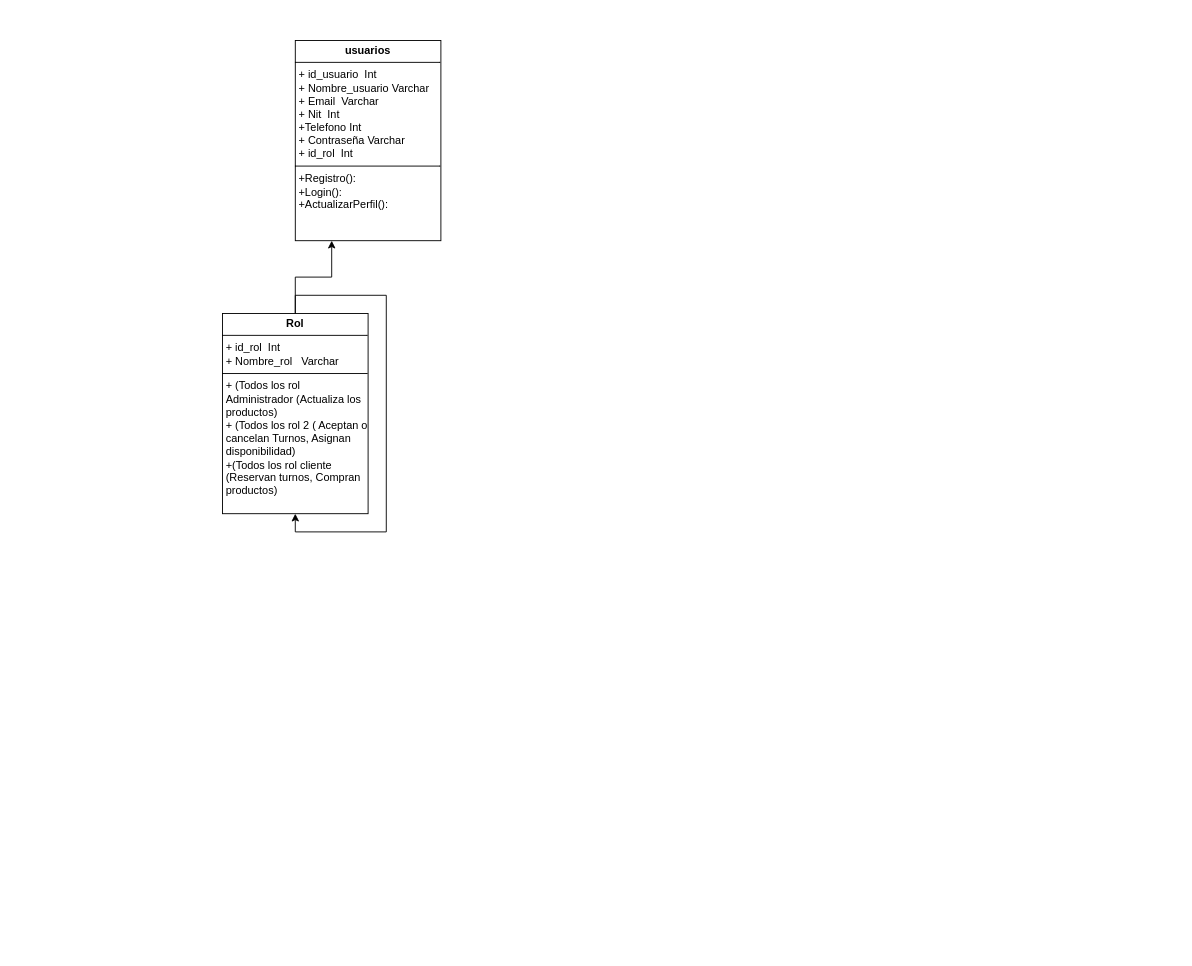
Above: DIAGRAMA DE CLASES/Diagrama de clases .drawio in DavidV4iss/Master-Barber (draw.io), before the change. Source tidied: cells renumbered, new cells numbered last; positions are measured from the earlier drawing's top-left corner, leaving out a move shared by most shapes. Both pictures are drawn from the tidied source at 91%, with x=0, y=0 at pixel (222, 40).
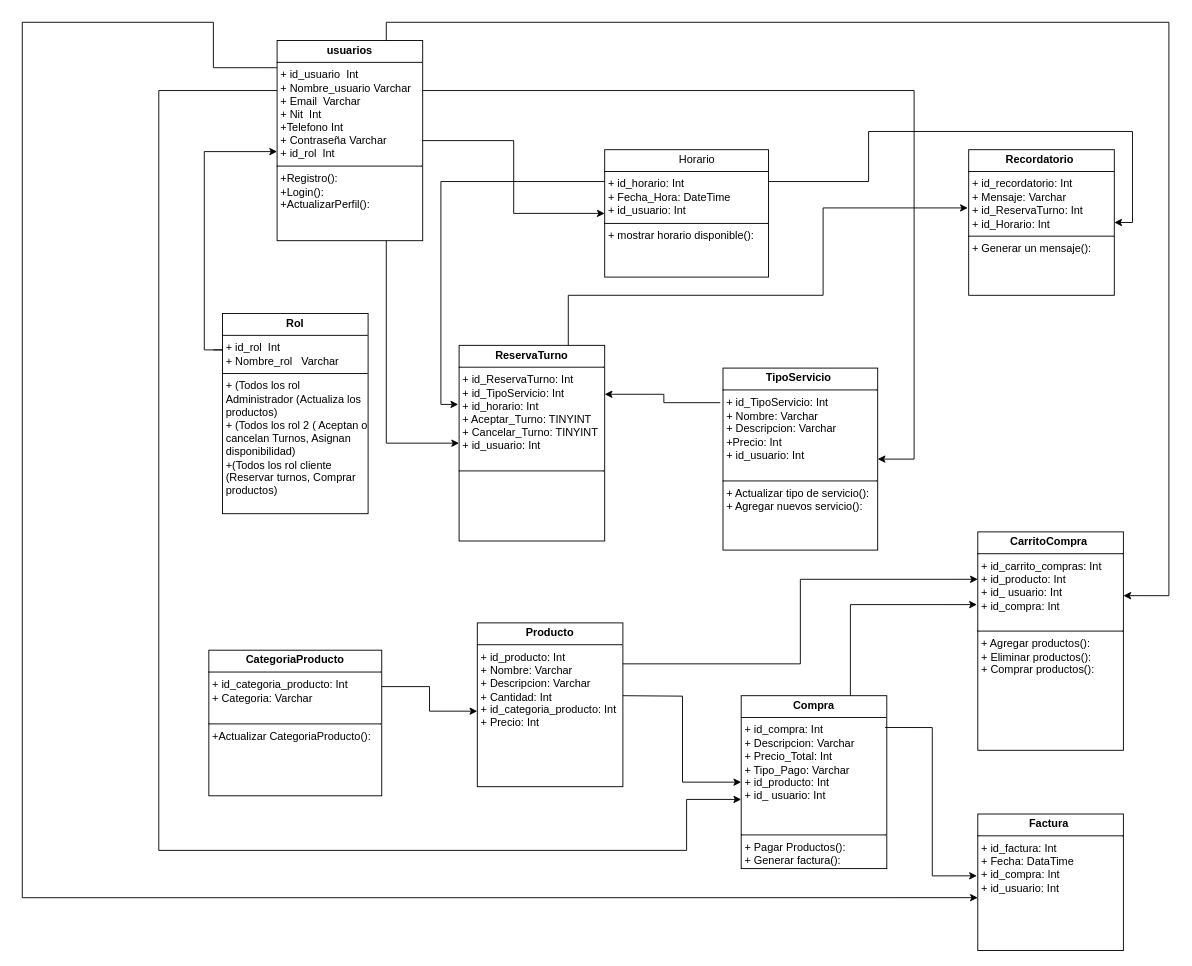
The same diagram, later.

Change to the diagram source:
```diff
@@
+    <mxCell id="6" style="edgeStyle=orthogonalEdgeStyle;rounded=0;jettySize=auto;html=1;exitX=1;exitY=0.25;exitDx=0;exitDy=0;entryX=1;entryY=0.5;entryDx=0;entryDy=0;" parent="1" edge="1" source="2" target="14">
+      <mxGeometry relative="1" as="geometry">
+        <Array as="points">
+          <mxPoint x="760" y="55" />
+          <mxPoint x="760" y="460" />
+        </Array>
+      </mxGeometry>
+    </mxCell>
+    <mxCell id="7" style="edgeStyle=orthogonalEdgeStyle;rounded=0;jettySize=auto;html=1;exitX=0;exitY=0.25;exitDx=0;exitDy=0;" parent="1" edge="1" source="2" target="17">
+      <mxGeometry relative="1" as="geometry">
+        <Array as="points">
+          <mxPoint x="-70" y="55" />
+          <mxPoint x="-70" y="890" />
+          <mxPoint x="510" y="890" />
+          <mxPoint x="510" y="834" />
+        </Array>
+      </mxGeometry>
+    </mxCell>
+    <mxCell id="8" style="edgeStyle=orthogonalEdgeStyle;rounded=0;jettySize=auto;html=1;exitX=1;exitY=0.5;exitDx=0;exitDy=0;entryX=0;entryY=0.5;entryDx=0;entryDy=0;" parent="1" edge="1" source="2" target="23">
+      <mxGeometry relative="1" as="geometry" />
+    </mxCell>
     <mxCell id="2" value="&lt;p style=&quot;margin:0px;margin-top:4px;text-align:center;&quot;&gt;&lt;b&gt;usuarios &lt;/b&gt;&lt;br&gt;&lt;/p&gt;&lt;hr size=&quot;1&quot; style=&quot;border-style:solid;&quot;&gt;&lt;p style=&quot;margin:0px;margin-left:4px;&quot;&gt;+ id_usuario&amp;nbsp; Int&lt;br&gt;&lt;/p&gt;&lt;p style=&quot;margin:0px;margin-left:4px;&quot;&gt;+ Nombre_usuario Varchar&lt;/p&gt;&lt;p style=&quot;margin:0px;margin-left:4px;&quot;&gt;+ Email&amp;nbsp; Varchar &lt;br&gt;&lt;/p&gt;&lt;p style=&quot;margin:0px;margin-left:4px;&quot;&gt;+ Nit&amp;nbsp; Int &lt;br&gt;&lt;/p&gt;&lt;p style=&quot;margin:0px;margin-left:4px;&quot;&gt;+Telefono Int&lt;/p&gt;&lt;p style=&quot;margin:0px;margin-left:4px;&quot;&gt;+ Contraseña Varchar&lt;/p&gt;&lt;p style=&quot;margin:0px;margin-left:4px;&quot;&gt;+ id_rol&amp;nbsp; Int &lt;br&gt;&lt;/p&gt;&lt;hr size=&quot;1&quot; style=&quot;border-style:solid;&quot;&gt;&lt;p style=&quot;margin:0px;margin-left:4px;&quot;&gt;+Registro():&lt;/p&gt;&lt;p style=&quot;margin:0px;margin-left:4px;&quot;&gt;+Login():&lt;/p&gt;&lt;p style=&quot;margin:0px;margin-left:4px;&quot;&gt;+ActualizarPerfil():&amp;nbsp; &lt;br&gt;&lt;/p&gt;" style="verticalAlign=top;align=left;overflow=fill;html=1;whiteSpace=wrap;" parent="1" vertex="1">
-      <mxGeometry x="80" width="160" height="220" as="geometry" />
+      <mxGeometry x="60" width="160" height="220" as="geometry" />
     </mxCell>
-    <mxCell id="3" style="edgeStyle=orthogonalEdgeStyle;rounded=0;jettySize=auto;html=1;entryX=0.25;entryY=1;entryDx=0;entryDy=0;" parent="1" edge="1" source="4" target="2">
-      <mxGeometry relative="1" as="geometry" />
-    </mxCell>
-    <mxCell id="4" value="&lt;p style=&quot;margin:0px;margin-top:4px;text-align:center;&quot;&gt;&lt;b&gt;Rol &lt;/b&gt;&lt;br&gt;&lt;/p&gt;&lt;hr size=&quot;1&quot; style=&quot;border-style:solid;&quot;&gt;&lt;p style=&quot;margin:0px;margin-left:4px;&quot;&gt;+ id_rol&amp;nbsp; Int &lt;br&gt;&lt;/p&gt;&lt;p style=&quot;margin:0px;margin-left:4px;&quot;&gt;+ Nombre_rol&amp;nbsp;&amp;nbsp; Varchar &lt;br&gt;&lt;/p&gt;&lt;hr size=&quot;1&quot; style=&quot;border-style:solid;&quot;&gt;&lt;p style=&quot;margin:0px;margin-left:4px;&quot;&gt;+ (Todos los rol Administrador (Actualiza los productos) &lt;br&gt;&lt;/p&gt;&lt;p style=&quot;margin:0px;margin-left:4px;&quot;&gt;+ (Todos los rol 2 ( Aceptan o cancelan Turnos, Asignan&amp;nbsp; disponibilidad)&lt;/p&gt;&lt;p style=&quot;margin:0px;margin-left:4px;&quot;&gt;+(Todos los rol cliente (&lt;span style=&quot;background-color: initial;&quot;&gt;Reservan turnos, Compran productos)&lt;/span&gt;&lt;/p&gt;" style="verticalAlign=top;align=left;overflow=fill;html=1;whiteSpace=wrap;" parent="1" vertex="1">
+    <mxCell id="4" value="&lt;p style=&quot;margin:0px;margin-top:4px;text-align:center;&quot;&gt;&lt;b&gt;Rol &lt;/b&gt;&lt;br&gt;&lt;/p&gt;&lt;hr size=&quot;1&quot; style=&quot;border-style:solid;&quot;&gt;&lt;p style=&quot;margin:0px;margin-left:4px;&quot;&gt;+ id_rol&amp;nbsp; Int &lt;br&gt;&lt;/p&gt;&lt;p style=&quot;margin:0px;margin-left:4px;&quot;&gt;+ Nombre_rol&amp;nbsp;&amp;nbsp; Varchar &lt;br&gt;&lt;/p&gt;&lt;hr size=&quot;1&quot; style=&quot;border-style:solid;&quot;&gt;&lt;p style=&quot;margin:0px;margin-left:4px;&quot;&gt;+ (Todos los rol Administrador (Actualiza los productos) &lt;br&gt;&lt;/p&gt;&lt;p style=&quot;margin:0px;margin-left:4px;&quot;&gt;+ (Todos los rol 2 ( Aceptan o cancelan Turnos, Asignan&amp;nbsp; disponibilidad)&lt;/p&gt;&lt;p style=&quot;margin:0px;margin-left:4px;&quot;&gt;+(Todos los rol cliente (&lt;span style=&quot;background-color: initial;&quot;&gt;Reservar turnos, Comprar productos)&lt;/span&gt;&lt;/p&gt;" style="verticalAlign=top;align=left;overflow=fill;html=1;whiteSpace=wrap;" parent="1" vertex="1">
       <mxGeometry y="300" width="160" height="220" as="geometry" />
     </mxCell>
-    <mxCell id="5" style="edgeStyle=orthogonalEdgeStyle;rounded=0;orthogonalLoop=1;jettySize=auto;html=1;entryX=0.5;entryY=1;entryDx=0;entryDy=0;" parent="1" edge="1" source="4" target="4">
-      <mxGeometry relative="1" as="geometry" />
-    </mxCell>
+    <mxCell id="9" value="&lt;p style=&quot;margin:0px;margin-top:4px;text-align:center;&quot;&gt;&lt;b&gt;ReservaTurno&lt;/b&gt;&lt;/p&gt;&lt;hr size=&quot;1&quot; style=&quot;border-style:solid;&quot;&gt;&lt;p style=&quot;margin:0px;margin-left:4px;&quot;&gt;+ id_ReservaTurno: Int&lt;/p&gt;&lt;p style=&quot;margin:0px;margin-left:4px;&quot;&gt;+ id_TipoServicio: Int&lt;/p&gt;&lt;p style=&quot;margin:0px;margin-left:4px;&quot;&gt;+ id_horario: Int&lt;/p&gt;&lt;p style=&quot;margin:0px;margin-left:4px;&quot;&gt;+ Aceptar_Turno: TINYINT&lt;/p&gt;&lt;p style=&quot;margin:0px;margin-left:4px;&quot;&gt;+ Cancelar_Turno: TINYINT&lt;/p&gt;&lt;p style=&quot;margin:0px;margin-left:4px;&quot;&gt;+ id_usuario: Int&lt;/p&gt;&lt;p style=&quot;margin:0px;margin-left:4px;&quot;&gt;&lt;br&gt;&lt;/p&gt;&lt;hr size=&quot;1&quot; style=&quot;border-style:solid;&quot;&gt;&lt;p style=&quot;margin:0px;margin-left:4px;&quot;&gt;&lt;br&gt;&lt;/p&gt;" style="verticalAlign=top;align=left;overflow=fill;html=1;whiteSpace=wrap;" parent="1" vertex="1">
+      <mxGeometry x="260" y="335" width="160" height="215" as="geometry" />
+    </mxCell>
+    <mxCell id="10" style="edgeStyle=orthogonalEdgeStyle;rounded=0;jettySize=auto;html=1;entryX=0;entryY=0.5;entryDx=0;entryDy=0;" parent="1" edge="1" target="17">
+      <mxGeometry relative="1" as="geometry">
+        <mxPoint x="440" y="720" as="sourcePoint" />
+      </mxGeometry>
+    </mxCell>
+    <mxCell id="11" value="&lt;p style=&quot;margin:0px;margin-top:4px;text-align:center;&quot;&gt;&lt;b&gt;Producto&lt;/b&gt;&lt;/p&gt;&lt;hr size=&quot;1&quot; style=&quot;border-style:solid;&quot;&gt;&lt;p style=&quot;margin:0px;margin-left:4px;&quot;&gt;+ id_producto: Int&lt;/p&gt;&lt;p style=&quot;margin:0px;margin-left:4px;&quot;&gt;+ Nombre: Varchar&amp;nbsp;&lt;/p&gt;&lt;p style=&quot;margin:0px;margin-left:4px;&quot;&gt;+ Descripcion: Varchar&amp;nbsp;&lt;/p&gt;&lt;p style=&quot;margin:0px;margin-left:4px;&quot;&gt;+ Cantidad: Int&lt;/p&gt;&lt;p style=&quot;margin:0px;margin-left:4px;&quot;&gt;+ id_categoria_producto: Int&lt;/p&gt;&lt;p style=&quot;margin:0px;margin-left:4px;&quot;&gt;+ Precio: Int&lt;/p&gt;&lt;p style=&quot;margin:0px;margin-left:4px;&quot;&gt;&lt;br&gt;&lt;/p&gt;&lt;p style=&quot;margin:0px;margin-left:4px;&quot;&gt;&lt;br&gt;&lt;/p&gt;" style="verticalAlign=top;align=left;overflow=fill;html=1;whiteSpace=wrap;" parent="1" vertex="1">
+      <mxGeometry x="280" y="640" width="160" height="180" as="geometry" />
+    </mxCell>
+    <mxCell id="12" value="&lt;p style=&quot;margin:0px;margin-top:4px;text-align:center;&quot;&gt;&lt;b&gt;CategoriaProducto&lt;/b&gt;&lt;/p&gt;&lt;hr size=&quot;1&quot; style=&quot;border-style:solid;&quot;&gt;&lt;p style=&quot;margin:0px;margin-left:4px;&quot;&gt;+ id_categoria_producto: Int&amp;nbsp;&lt;/p&gt;&lt;p style=&quot;margin:0px;margin-left:4px;&quot;&gt;+ Categoria: Varchar&amp;nbsp;&lt;/p&gt;&lt;p style=&quot;margin:0px;margin-left:4px;&quot;&gt;&lt;br&gt;&lt;/p&gt;&lt;hr size=&quot;1&quot; style=&quot;border-style:solid;&quot;&gt;&lt;p style=&quot;margin:0px;margin-left:4px;&quot;&gt;+Actualizar CategoriaProducto():&amp;nbsp;&lt;/p&gt;" style="verticalAlign=top;align=left;overflow=fill;html=1;whiteSpace=wrap;" parent="1" vertex="1">
+      <mxGeometry x="-15" y="670" width="190" height="160" as="geometry" />
+    </mxCell>
+    <mxCell id="13" style="edgeStyle=orthogonalEdgeStyle;rounded=0;jettySize=auto;html=1;exitX=1;exitY=0.25;exitDx=0;exitDy=0;entryX=0;entryY=0.539;entryDx=0;entryDy=0;entryPerimeter=0;" parent="1" edge="1" source="12" target="11">
+      <mxGeometry relative="1" as="geometry" />
+    </mxCell>
+    <mxCell id="14" value="&lt;p style=&quot;margin:0px;margin-top:4px;text-align:center;&quot;&gt;&lt;b&gt;TipoServicio&amp;nbsp;&lt;/b&gt;&lt;/p&gt;&lt;hr size=&quot;1&quot; style=&quot;border-style:solid;&quot;&gt;&lt;p style=&quot;margin:0px;margin-left:4px;&quot;&gt;+ id_TipoServicio: Int&amp;nbsp;&lt;/p&gt;&lt;p style=&quot;margin:0px;margin-left:4px;&quot;&gt;+ Nombre: Varchar&lt;/p&gt;&lt;p style=&quot;margin:0px;margin-left:4px;&quot;&gt;+ Descripcion: Varchar&amp;nbsp;&lt;/p&gt;&lt;p style=&quot;margin:0px;margin-left:4px;&quot;&gt;+Precio: Int&amp;nbsp;&lt;/p&gt;&lt;p style=&quot;margin:0px;margin-left:4px;&quot;&gt;+ id_usuario: Int&amp;nbsp;&lt;/p&gt;&lt;p style=&quot;margin:0px;margin-left:4px;&quot;&gt;&amp;nbsp;&lt;/p&gt;&lt;hr size=&quot;1&quot; style=&quot;border-style:solid;&quot;&gt;&lt;p style=&quot;margin:0px;margin-left:4px;&quot;&gt;+ Actualizar tipo de servicio():&lt;/p&gt;&lt;p style=&quot;margin:0px;margin-left:4px;&quot;&gt;+ Agregar nuevos servicio():&amp;nbsp;&lt;/p&gt;" style="verticalAlign=top;align=left;overflow=fill;html=1;whiteSpace=wrap;" parent="1" vertex="1">
+      <mxGeometry x="550" y="360" width="170" height="200" as="geometry" />
+    </mxCell>
+    <mxCell id="15" style="edgeStyle=orthogonalEdgeStyle;rounded=0;jettySize=auto;html=1;exitX=-0.018;exitY=0.19;exitDx=0;exitDy=0;entryX=1;entryY=0.25;entryDx=0;entryDy=0;exitPerimeter=0;" parent="1" edge="1" source="14" target="9">
+      <mxGeometry relative="1" as="geometry" />
+    </mxCell>
+    <mxCell id="16" style="edgeStyle=orthogonalEdgeStyle;rounded=0;jettySize=auto;html=1;entryX=0;entryY=0.555;entryDx=0;entryDy=0;entryPerimeter=0;" parent="1" edge="1" target="2">
+      <mxGeometry relative="1" as="geometry">
+        <mxPoint x="-10" y="340" as="sourcePoint" />
+        <Array as="points">
+          <mxPoint y="340" />
+          <mxPoint x="-20" y="340" />
+          <mxPoint x="-20" y="122" />
+        </Array>
+      </mxGeometry>
+    </mxCell>
+    <mxCell id="17" value="&lt;p style=&quot;margin:0px;margin-top:4px;text-align:center;&quot;&gt;&lt;b&gt;Compra&lt;/b&gt;&lt;/p&gt;&lt;hr size=&quot;1&quot; style=&quot;border-style:solid;&quot;&gt;&lt;p style=&quot;margin:0px;margin-left:4px;&quot;&gt;+ id_compra: Int&lt;/p&gt;&lt;p style=&quot;margin:0px;margin-left:4px;&quot;&gt;+ Descripcion: Varchar&amp;nbsp;&lt;/p&gt;&lt;p style=&quot;margin:0px;margin-left:4px;&quot;&gt;+ Precio_Total: Int&amp;nbsp;&lt;/p&gt;&lt;p style=&quot;margin:0px;margin-left:4px;&quot;&gt;+ Tipo_Pago: Varchar&lt;/p&gt;&lt;p style=&quot;margin:0px;margin-left:4px;&quot;&gt;+ id_producto: Int&amp;nbsp;&lt;/p&gt;&lt;p style=&quot;margin:0px;margin-left:4px;&quot;&gt;+ id_ usuario: Int&amp;nbsp;&lt;/p&gt;&lt;p style=&quot;margin:0px;margin-left:4px;&quot;&gt;&lt;br&gt;&lt;/p&gt;&lt;p style=&quot;margin:0px;margin-left:4px;&quot;&gt;&lt;br&gt;&lt;/p&gt;&lt;hr size=&quot;1&quot; style=&quot;border-style:solid;&quot;&gt;&lt;p style=&quot;margin:0px;margin-left:4px;&quot;&gt;+ Pagar Productos():&amp;nbsp;&lt;/p&gt;&lt;p style=&quot;margin:0px;margin-left:4px;&quot;&gt;+&amp;nbsp;&lt;span style=&quot;background-color: initial;&quot;&gt;Generar factura():&lt;/span&gt;&lt;/p&gt;" style="verticalAlign=top;align=left;overflow=fill;html=1;whiteSpace=wrap;" parent="1" vertex="1">
+      <mxGeometry x="570" y="720" width="160" height="190" as="geometry" />
+    </mxCell>
+    <mxCell id="18" style="edgeStyle=orthogonalEdgeStyle;rounded=0;jettySize=auto;html=1;exitX=0.75;exitY=1;exitDx=0;exitDy=0;entryX=0;entryY=0.5;entryDx=0;entryDy=0;" parent="1" edge="1" source="2" target="9">
+      <mxGeometry relative="1" as="geometry" />
+    </mxCell>
+    <mxCell id="19" value="&lt;p style=&quot;margin:0px;margin-top:4px;text-align:center;&quot;&gt;&lt;b&gt;CarritoCompra&amp;nbsp;&lt;/b&gt;&lt;/p&gt;&lt;hr size=&quot;1&quot; style=&quot;border-style:solid;&quot;&gt;&lt;p style=&quot;margin:0px;margin-left:4px;&quot;&gt;+ id_carrito_compras: Int&amp;nbsp;&lt;/p&gt;&lt;p style=&quot;margin:0px;margin-left:4px;&quot;&gt;+ id_producto: Int&amp;nbsp;&lt;/p&gt;&lt;p style=&quot;margin:0px;margin-left:4px;&quot;&gt;+ id_ usuario: Int&amp;nbsp;&lt;/p&gt;&lt;p style=&quot;margin:0px;margin-left:4px;&quot;&gt;+ id_compra: Int&amp;nbsp;&lt;/p&gt;&lt;p style=&quot;margin:0px;margin-left:4px;&quot;&gt;&lt;br&gt;&lt;/p&gt;&lt;hr size=&quot;1&quot; style=&quot;border-style:solid;&quot;&gt;&lt;p style=&quot;margin:0px;margin-left:4px;&quot;&gt;+ Agregar productos():&lt;/p&gt;&lt;p style=&quot;margin:0px;margin-left:4px;&quot;&gt;+ Eliminar productos():&lt;br&gt;+ Comprar productos():&amp;nbsp;&lt;/p&gt;" style="verticalAlign=top;align=left;overflow=fill;html=1;whiteSpace=wrap;" parent="1" vertex="1">
+      <mxGeometry x="830" y="540" width="160" height="240" as="geometry" />
+    </mxCell>
+    <mxCell id="20" value="&lt;p style=&quot;margin:0px;margin-top:4px;text-align:center;&quot;&gt;&lt;b&gt;Factura&amp;nbsp;&lt;/b&gt;&lt;/p&gt;&lt;hr size=&quot;1&quot; style=&quot;border-style:solid;&quot;&gt;&lt;p style=&quot;margin:0px;margin-left:4px;&quot;&gt;+ id_factura: Int&lt;/p&gt;&lt;p style=&quot;margin:0px;margin-left:4px;&quot;&gt;+ Fecha: DataTime&amp;nbsp;&lt;/p&gt;&lt;p style=&quot;margin:0px;margin-left:4px;&quot;&gt;+ id_compra: Int&lt;/p&gt;&lt;p style=&quot;margin:0px;margin-left:4px;&quot;&gt;+ id_usuario: Int&amp;nbsp;&lt;span style=&quot;background-color: initial;&quot;&gt;&amp;nbsp;&lt;/span&gt;&lt;/p&gt;" style="verticalAlign=top;align=left;overflow=fill;html=1;whiteSpace=wrap;" parent="1" vertex="1">
+      <mxGeometry x="830" y="850" width="160" height="150" as="geometry" />
+    </mxCell>
+    <mxCell id="21" value="&lt;p style=&quot;margin:0px;margin-top:4px;text-align:center;&quot;&gt;&lt;b&gt;Recordatorio&amp;nbsp;&lt;/b&gt;&lt;/p&gt;&lt;hr size=&quot;1&quot; style=&quot;border-style:solid;&quot;&gt;&lt;p style=&quot;margin:0px;margin-left:4px;&quot;&gt;+ id_recordatorio: Int&amp;nbsp;&lt;/p&gt;&lt;p style=&quot;margin:0px;margin-left:4px;&quot;&gt;+ Mensaje: Varchar&amp;nbsp;&lt;/p&gt;&lt;p style=&quot;margin:0px;margin-left:4px;&quot;&gt;+ id_ReservaTurno: Int&amp;nbsp;&lt;/p&gt;&lt;p style=&quot;margin:0px;margin-left:4px;&quot;&gt;+ id_Horario: Int&amp;nbsp;&lt;/p&gt;&lt;hr size=&quot;1&quot; style=&quot;border-style:solid;&quot;&gt;&lt;p style=&quot;margin:0px;margin-left:4px;&quot;&gt;+ Generar un mensaje():&amp;nbsp;&lt;/p&gt;" style="verticalAlign=top;align=left;overflow=fill;html=1;whiteSpace=wrap;" parent="1" vertex="1">
+      <mxGeometry x="820" y="120" width="160" height="160" as="geometry" />
+    </mxCell>
+    <mxCell id="22" style="edgeStyle=orthogonalEdgeStyle;rounded=0;jettySize=auto;html=1;exitX=1;exitY=0.25;exitDx=0;exitDy=0;entryX=1;entryY=0.5;entryDx=0;entryDy=0;" parent="1" edge="1" source="23" target="21">
+      <mxGeometry relative="1" as="geometry" />
+    </mxCell>
+    <mxCell id="23" value="&lt;p style=&quot;margin:0px;margin-top:4px;text-align:center;&quot;&gt;&lt;span style=&quot;white-space: pre;&quot;&gt;&#9;&lt;/span&gt;Horario&amp;nbsp;&lt;br&gt;&lt;/p&gt;&lt;hr size=&quot;1&quot; style=&quot;border-style:solid;&quot;&gt;&lt;p style=&quot;margin:0px;margin-left:4px;&quot;&gt;+ id_horario: Int&amp;nbsp;&lt;/p&gt;&lt;p style=&quot;margin:0px;margin-left:4px;&quot;&gt;+ Fecha_Hora: DateTime&amp;nbsp;&lt;/p&gt;&lt;p style=&quot;margin:0px;margin-left:4px;&quot;&gt;+ id_usuario: Int&lt;/p&gt;&lt;hr size=&quot;1&quot; style=&quot;border-style:solid;&quot;&gt;&lt;p style=&quot;margin:0px;margin-left:4px;&quot;&gt;+ mostrar horario disponible():&lt;/p&gt;" style="verticalAlign=top;align=left;overflow=fill;html=1;whiteSpace=wrap;" parent="1" vertex="1">
+      <mxGeometry x="420" y="120" width="180" height="140" as="geometry" />
+    </mxCell>
+    <mxCell id="24" style="edgeStyle=orthogonalEdgeStyle;rounded=0;jettySize=auto;html=1;exitX=0;exitY=0.25;exitDx=0;exitDy=0;entryX=-0.006;entryY=0.302;entryDx=0;entryDy=0;entryPerimeter=0;" parent="1" edge="1" source="23" target="9">
+      <mxGeometry relative="1" as="geometry">
+        <Array as="points">
+          <mxPoint x="240" y="155" />
+          <mxPoint x="240" y="400" />
+        </Array>
+      </mxGeometry>
+    </mxCell>
+    <mxCell id="25" style="edgeStyle=orthogonalEdgeStyle;rounded=0;jettySize=auto;html=1;exitX=0.75;exitY=0;exitDx=0;exitDy=0;entryX=-0.006;entryY=0.4;entryDx=0;entryDy=0;entryPerimeter=0;" parent="1" edge="1" source="9" target="21">
+      <mxGeometry relative="1" as="geometry">
+        <Array as="points">
+          <mxPoint x="380" y="280" />
+          <mxPoint x="660" y="280" />
+          <mxPoint x="660" y="184" />
+        </Array>
+      </mxGeometry>
+    </mxCell>
+    <mxCell id="26" style="edgeStyle=orthogonalEdgeStyle;rounded=0;jettySize=auto;html=1;exitX=0.988;exitY=0.184;exitDx=0;exitDy=0;entryX=-0.006;entryY=0.453;entryDx=0;entryDy=0;entryPerimeter=0;exitPerimeter=0;" parent="1" edge="1" source="17" target="20">
+      <mxGeometry relative="1" as="geometry" />
+    </mxCell>
+    <mxCell id="27" style="edgeStyle=orthogonalEdgeStyle;rounded=0;jettySize=auto;html=1;entryX=0;entryY=0.613;entryDx=0;entryDy=0;entryPerimeter=0;exitX=0;exitY=0.136;exitDx=0;exitDy=0;exitPerimeter=0;" parent="1" edge="1" source="2" target="20">
+      <mxGeometry relative="1" as="geometry">
+        <Array as="points">
+          <mxPoint x="-10" y="30" />
+          <mxPoint x="-10" y="-20" />
+          <mxPoint x="-220" y="-20" />
+          <mxPoint x="-220" y="942" />
+        </Array>
+      </mxGeometry>
+    </mxCell>
+    <mxCell id="28" style="edgeStyle=orthogonalEdgeStyle;rounded=0;jettySize=auto;html=1;exitX=1;exitY=0.25;exitDx=0;exitDy=0;entryX=0;entryY=0.217;entryDx=0;entryDy=0;entryPerimeter=0;" parent="1" edge="1" source="11" target="19">
+      <mxGeometry relative="1" as="geometry" />
+    </mxCell>
+    <mxCell id="29" style="edgeStyle=orthogonalEdgeStyle;rounded=0;jettySize=auto;html=1;exitX=0.75;exitY=0;exitDx=0;exitDy=0;entryX=1;entryY=0.292;entryDx=0;entryDy=0;entryPerimeter=0;" parent="1" edge="1" source="2" target="19">
+      <mxGeometry relative="1" as="geometry">
+        <Array as="points">
+          <mxPoint x="180" y="-20" />
+          <mxPoint x="1040" y="-20" />
+          <mxPoint x="1040" y="610" />
+        </Array>
+      </mxGeometry>
+    </mxCell>
+    <mxCell id="30" style="edgeStyle=orthogonalEdgeStyle;rounded=0;jettySize=auto;html=1;exitX=0.75;exitY=0;exitDx=0;exitDy=0;entryX=-0.006;entryY=0.333;entryDx=0;entryDy=0;entryPerimeter=0;" parent="1" edge="1" source="17" target="19">
+      <mxGeometry relative="1" as="geometry" />
+    </mxCell>
```
